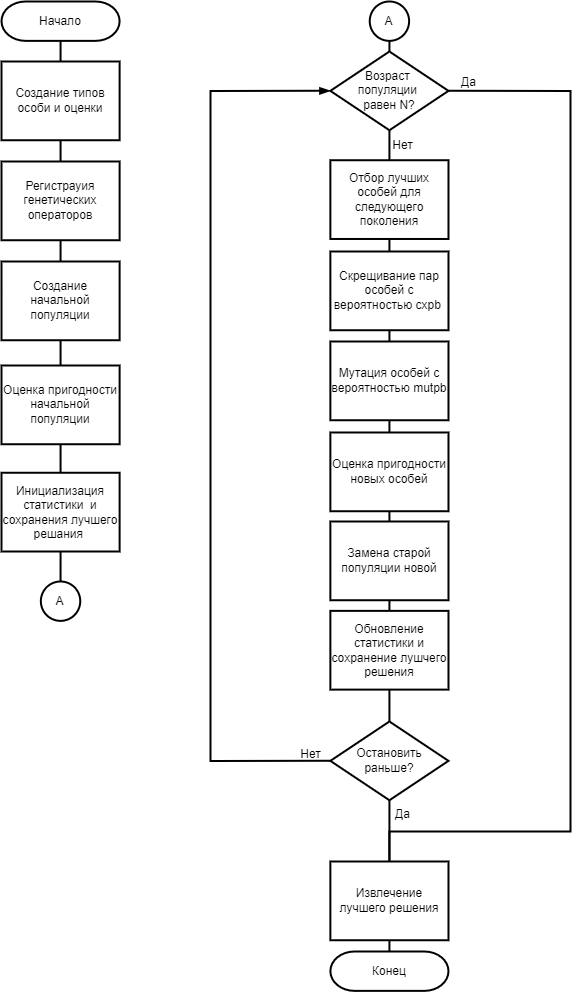
Before: схемы/схема_генетического_алгоритма.png, a diagram exported from draw.io (SenchaBrest/report). Source tidied: cells renumbered, new cells last; positions are measured from the earlier drawing's top-left corner, leaving out a move shared by most shapes.
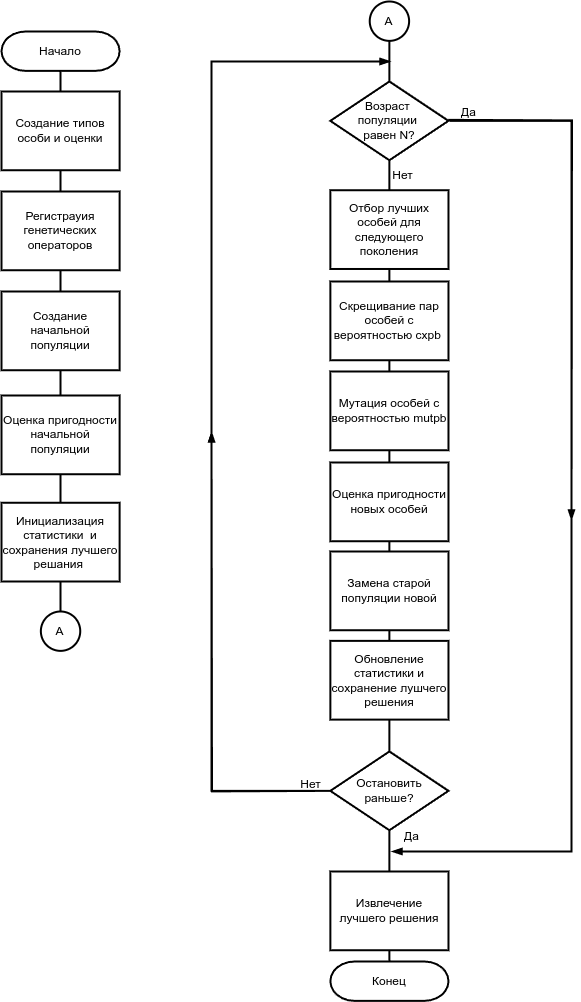
After the commit.

The edit, as a diff of the source:
```diff
@@ -9,7 +9,7 @@
       <mxGeometry width="118.1" height="39.4" as="geometry" />
     </mxCell>
     <mxCell id="4" value="&lt;div&gt;Конец&lt;/div&gt;" style="strokeWidth=2;html=1;shape=(stored shape, 460 characters);whiteSpace=wrap;" parent="1" vertex="1">
-      <mxGeometry x="328.9" y="950" width="118.1" height="39.4" as="geometry" />
+      <mxGeometry x="328.9" y="930" width="118.1" height="39.4" as="geometry" />
     </mxCell>
     <mxCell id="5" style="edgeStyle=none;html=1;exitX=0.5;exitY=1;exitDx=0;exitDy=0;entryX=0.5;entryY=0;entryDx=0;entryDy=0;endArrow=none;endFill=0;strokeWidth=2;" parent="1" edge="1" source="6" target="8">
       <mxGeometry relative="1" as="geometry" />
@@ -38,18 +38,25 @@
     <mxCell id="13" value="Оценка пригодности начальной популяции" style="rounded=0;whiteSpace=wrap;html=1;strokeWidth=2;" parent="1" vertex="1">
       <mxGeometry y="364" width="118.1" height="78.7" as="geometry" />
     </mxCell>
-    <mxCell id="14" style="edgeStyle=orthogonalEdgeStyle;html=1;exitX=1;exitY=0.5;exitDx=0;exitDy=0;entryX=0.5;entryY=0;entryDx=0;entryDy=0;rounded=0;curved=0;endArrow=none;endFill=0;strokeWidth=2;" parent="1" edge="1" source="16" target="33">
+    <mxCell id="14" style="edgeStyle=orthogonalEdgeStyle;html=1;exitX=1;exitY=0.5;exitDx=0;exitDy=0;rounded=0;curved=0;endArrow=blockThin;endFill=1;strokeWidth=2;" parent="1" edge="1">
       <mxGeometry relative="1" as="geometry">
+        <mxPoint x="448" y="89.4" as="sourcePoint" />
+        <mxPoint x="390" y="820" as="targetPoint" />
         <Array as="points">
-          <mxPoint x="569" y="89" />
-          <mxPoint x="569" y="830" />
-          <mxPoint x="388" y="830" />
+          <mxPoint x="570" y="89" />
+          <mxPoint x="570" y="820" />
         </Array>
       </mxGeometry>
     </mxCell>
     <mxCell id="15" style="edgeStyle=none;html=1;exitX=0.5;exitY=1;exitDx=0;exitDy=0;entryX=0.5;entryY=0;entryDx=0;entryDy=0;endArrow=none;endFill=0;strokeWidth=2;" parent="1" edge="1" source="16" target="18">
       <mxGeometry relative="1" as="geometry" />
     </mxCell>
+    <mxCell id="42" style="edgeStyle=orthogonalEdgeStyle;html=1;exitX=1;exitY=0.5;exitDx=0;exitDy=0;rounded=0;curved=0;endArrow=blockThin;endFill=1;strokeWidth=2;" parent="1" edge="1">
+      <mxGeometry relative="1" as="geometry">
+        <mxPoint x="447" y="88.4" as="sourcePoint" />
+        <mxPoint x="570" y="489" as="targetPoint" />
+      </mxGeometry>
+    </mxCell>
     <mxCell id="16" value="Возраст&amp;nbsp;&lt;div&gt;популяции&amp;nbsp;&lt;/div&gt;&lt;div&gt;равен N?&lt;/div&gt;" style="rhombus;whiteSpace=wrap;html=1;strokeWidth=2;" parent="1" vertex="1">
       <mxGeometry x="328.9" y="50" width="118.1" height="78.7" as="geometry" />
     </mxCell>
@@ -83,10 +90,8 @@
     <mxCell id="26" value="Замена старой популяции новой" style="rounded=0;whiteSpace=wrap;html=1;strokeWidth=2;" parent="1" vertex="1">
       <mxGeometry x="328.9" y="520" width="118.1" height="78.7" as="geometry" />
     </mxCell>
-    <mxCell id="27" style="edgeStyle=none;html=1;entryX=0.5;entryY=0;entryDx=0;entryDy=0;endArrow=none;endFill=0;strokeWidth=2;" parent="1" edge="1" target="16">
-      <mxGeometry relative="1" as="geometry">
-        <mxPoint x="388" y="30" as="sourcePoint" />
-      </mxGeometry>
+    <mxCell id="27" style="edgeStyle=none;html=1;entryX=0.5;entryY=0;entryDx=0;entryDy=0;endArrow=none;endFill=0;strokeWidth=2;exitX=0.5;exitY=1;exitDx=0;exitDy=0;" parent="1" edge="1" source="40" target="16">
+      <mxGeometry relative="1" as="geometry" />
     </mxCell>
     <mxCell id="28" style="edgeStyle=none;html=1;exitX=0.5;exitY=1;exitDx=0;exitDy=0;entryX=0.5;entryY=0;entryDx=0;entryDy=0;endArrow=none;endFill=0;strokeWidth=2;" parent="1" edge="1" source="29" target="32">
       <mxGeometry relative="1" as="geometry" />
@@ -97,20 +102,28 @@
     <mxCell id="30" style="edgeStyle=none;html=1;exitX=0.5;exitY=1;exitDx=0;exitDy=0;entryX=0.5;entryY=0;entryDx=0;entryDy=0;endArrow=none;endFill=0;strokeWidth=2;" parent="1" edge="1" source="32" target="33">
       <mxGeometry relative="1" as="geometry" />
     </mxCell>
-    <mxCell id="31" style="edgeStyle=orthogonalEdgeStyle;html=1;exitX=0;exitY=0.5;exitDx=0;exitDy=0;entryX=0;entryY=0.5;entryDx=0;entryDy=0;rounded=0;strokeWidth=2;endArrow=blockThin;endFill=1;" parent="1" edge="1" source="32" target="16">
+    <mxCell id="31" style="edgeStyle=orthogonalEdgeStyle;html=1;exitX=0;exitY=0.5;exitDx=0;exitDy=0;rounded=0;strokeWidth=2;endArrow=blockThin;endFill=1;" parent="1" edge="1">
       <mxGeometry relative="1" as="geometry">
+        <mxPoint x="329.9" y="759.4" as="sourcePoint" />
+        <mxPoint x="389" y="30" as="targetPoint" />
         <Array as="points">
-          <mxPoint x="209" y="759" />
-          <mxPoint x="209" y="90" />
-          <mxPoint x="329" y="90" />
+          <mxPoint x="210" y="759" />
+          <mxPoint x="210" y="30" />
+          <mxPoint x="330" y="30" />
         </Array>
       </mxGeometry>
     </mxCell>
+    <mxCell id="43" style="edgeStyle=orthogonalEdgeStyle;html=1;exitX=0;exitY=0.5;exitDx=0;exitDy=0;rounded=0;strokeWidth=2;endArrow=blockThin;endFill=1;" parent="1" edge="1">
+      <mxGeometry relative="1" as="geometry">
+        <mxPoint x="328.9" y="759.4" as="sourcePoint" />
+        <mxPoint x="210" y="400" as="targetPoint" />
+      </mxGeometry>
+    </mxCell>
     <mxCell id="32" value="Остановить раньше?" style="rhombus;whiteSpace=wrap;html=1;strokeWidth=2;" parent="1" vertex="1">
       <mxGeometry x="328.9" y="720" width="118.1" height="78.7" as="geometry" />
     </mxCell>
     <mxCell id="33" value="Извлечение лучшего решения" style="rounded=0;whiteSpace=wrap;html=1;strokeWidth=2;" parent="1" vertex="1">
-      <mxGeometry x="328.9" y="860" width="118.1" height="78.7" as="geometry" />
+      <mxGeometry x="328.9" y="840" width="118.1" height="78.7" as="geometry" />
     </mxCell>
     <mxCell id="34" style="edgeStyle=none;html=1;exitX=0.5;exitY=1;exitDx=0;exitDy=0;entryX=0.5;entryY=0;entryDx=0;entryDy=0;entryPerimeter=0;endArrow=none;endFill=0;strokeWidth=2;" parent="1" edge="1" source="33" target="4">
       <mxGeometry relative="1" as="geometry" />
@@ -119,7 +132,7 @@
       <mxGeometry x="288.9" y="737.7" width="40" height="30" as="geometry" />
     </mxCell>
     <mxCell id="36" value="Да" style="text;html=1;align=center;verticalAlign=middle;strokeColor=none;fillColor=none;strokeWidth=2;" parent="1" vertex="1">
-      <mxGeometry x="380.9" y="798.5" width="40" height="30" as="geometry" />
+      <mxGeometry x="390" y="790" width="40" height="30" as="geometry" />
     </mxCell>
     <mxCell id="37" value="Да" style="text;html=1;align=center;verticalAlign=middle;strokeColor=none;fillColor=none;strokeWidth=2;" parent="1" vertex="1">
       <mxGeometry x="447" y="66" width="40" height="30" as="geometry" />
@@ -131,7 +144,7 @@
       <mxGeometry x="39.4" y="580" width="39.4" height="39.4" as="geometry" />
     </mxCell>
     <mxCell id="40" value="А" style="ellipse;whiteSpace=wrap;html=1;strokeWidth=2;" parent="1" vertex="1">
-      <mxGeometry x="368.2" width="39.4" height="39.4" as="geometry" />
+      <mxGeometry x="368.2" y="-30" width="39.4" height="39.4" as="geometry" />
     </mxCell>
     <mxCell id="41" value="Инициализация статистики&amp;nbsp; и сохранения лучшего решания&amp;nbsp;" style="rounded=0;whiteSpace=wrap;html=1;strokeWidth=2;" parent="1" vertex="1">
       <mxGeometry y="471.3" width="118.1" height="78.7" as="geometry" />
```
